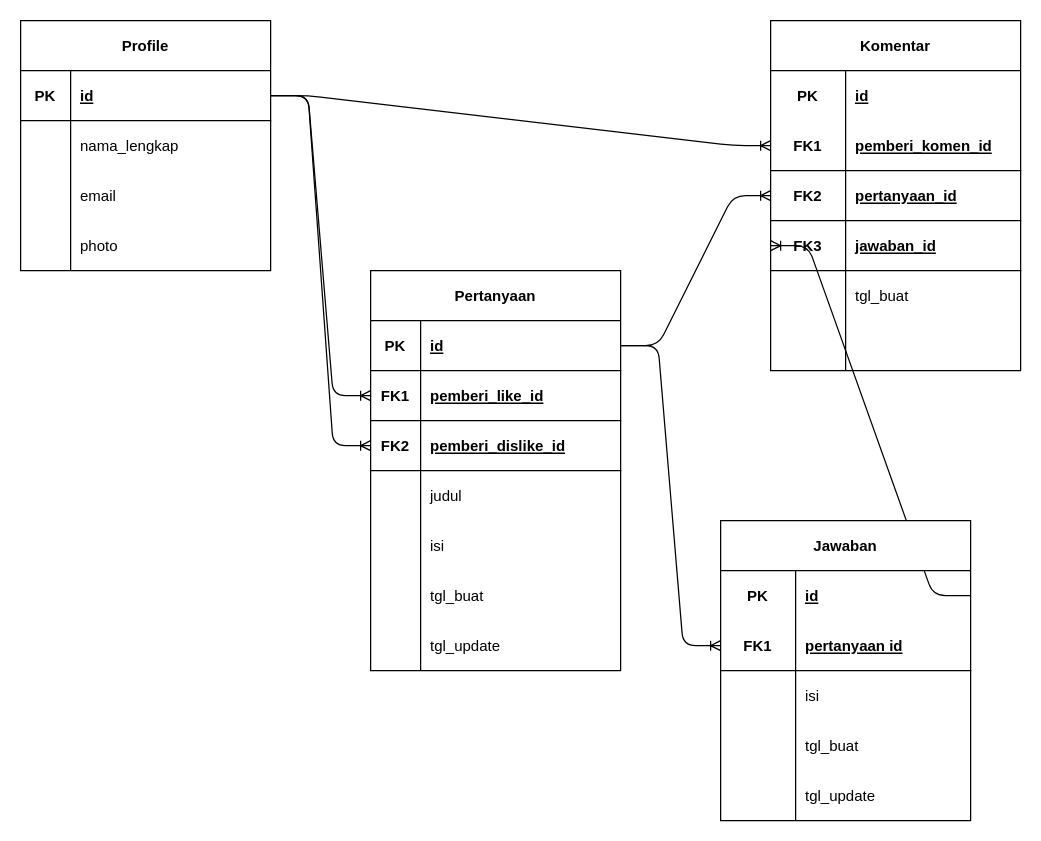
Before: erd_web_forum.drawio in armadya-yp/berlatih-erd, a draw.io diagram. Source tidied: cells renumbered, new cells numbered last; positions are measured from the earlier drawing's top-left corner, leaving out a move shared by most shapes. Both pictures are drawn from the tidied source at 125%, with x=0, y=0 at pixel (20, 20).
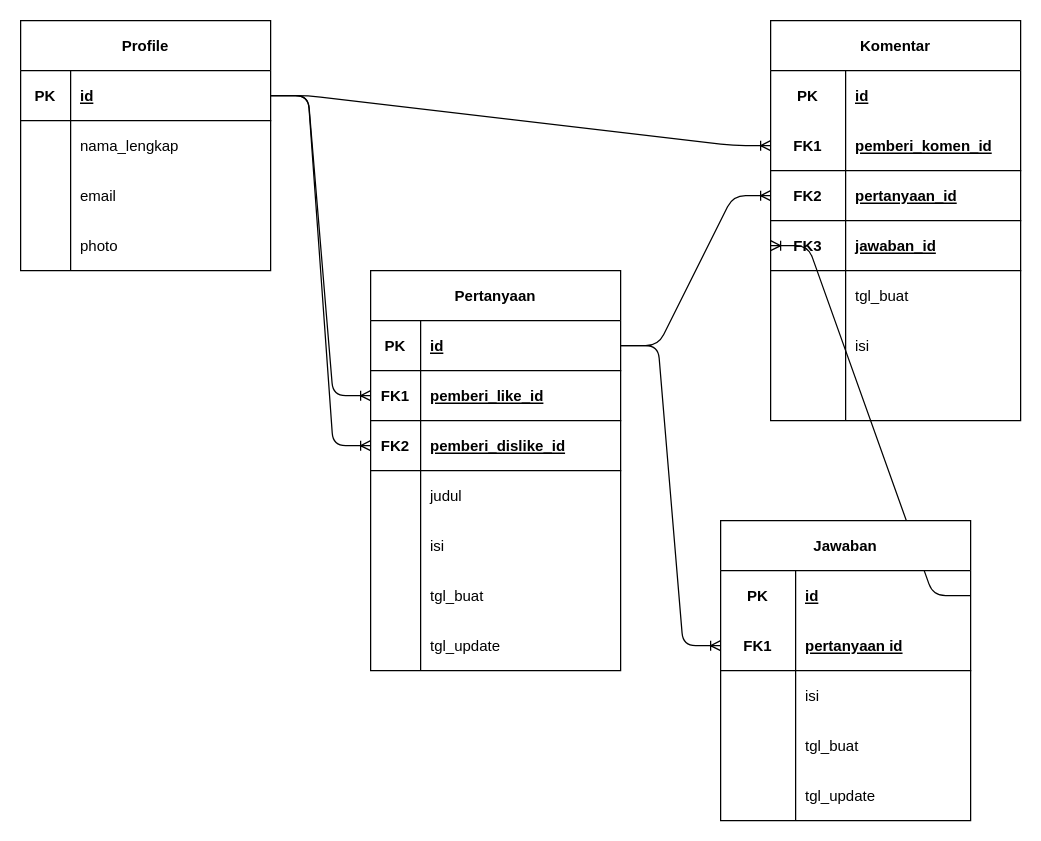
After the change.

Change to the diagram source:
```diff
@@
     <mxCell id="19" value="Komentar" style="shape=table;startSize=40;childLayout=tableLayout;rowLines=0;fontStyle=1;align=center;" parent="1" vertex="1">
-      <mxGeometry x="600" width="200" height="280" as="geometry" />
+      <mxGeometry x="600" width="200" height="320" as="geometry" />
     </mxCell>
@@
+    <mxCell id="78" style="shape=partialRectangle;fillColor=none;top=0;left=0;bottom=0;right=0;" parent="19" vertex="1">
+      <mxGeometry y="240" width="200" height="40" as="geometry" />
+    </mxCell>
+    <mxCell id="79" style="shape=partialRectangle;fillColor=none;top=0;left=0;bottom=0;right=0;overflow=hidden;" parent="78" vertex="1">
+      <mxGeometry width="60" height="40" as="geometry" />
+    </mxCell>
+    <mxCell id="80" value="isi" style="shape=partialRectangle;fillColor=none;top=0;left=0;bottom=0;right=0;align=left;spacingLeft=6;overflow=hidden;" parent="78" vertex="1">
+      <mxGeometry x="60" width="140" height="40" as="geometry" />
+    </mxCell>
     <mxCell id="35" style="shape=partialRectangle;fillColor=none;top=0;left=0;bottom=0;right=0;" parent="19" vertex="1">
-      <mxGeometry y="240" width="200" height="40" as="geometry" />
+      <mxGeometry y="280" width="200" height="40" as="geometry" />
     </mxCell>
```
